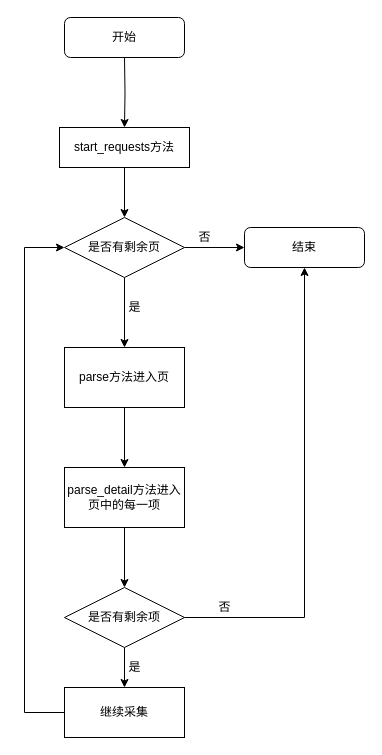
Earlier version of the draw.io diagram 脚本采集流程图.drawio (stormwasd/draw_io). Source tidied: cells renumbered, new cells numbered last; positions are measured from the earlier drawing's top-left corner, leaving out a move shared by most shapes. Both pictures are drawn from the tidied source at 100%, with x=0, y=0 at pixel (24, 17).
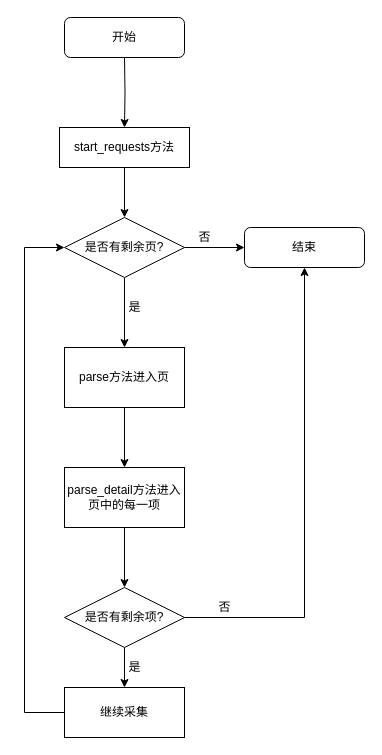
After the change.

Commit message:
Update 脚本采集流程图.drawio

The edit, as a diff of the source:
```diff
@@
-    <mxCell id="11" value="是否有剩余页" style="rhombus;whiteSpace=wrap;html=1;" parent="1" vertex="1">
+    <mxCell id="11" value="是否有剩余页?" style="rhombus;whiteSpace=wrap;html=1;" parent="1" vertex="1">
       <mxGeometry x="40" y="200" width="120" height="60" as="geometry" />
     </mxCell>
@@
-    <mxCell id="17" value="是否有剩余项" style="rhombus;whiteSpace=wrap;html=1;" parent="1" vertex="1">
+    <mxCell id="17" value="是否有剩余项?" style="rhombus;whiteSpace=wrap;html=1;" parent="1" vertex="1">
       <mxGeometry x="40" y="570" width="120" height="60" as="geometry" />
     </mxCell>
```
